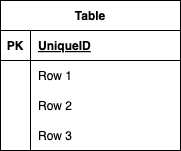
Earlier version of the draw.io export ER.drawio.png (ta647/contact-form-test). Source tidied: cells renumbered, new cells last; positions are measured from the earlier drawing's top-left corner, leaving out a move shared by most shapes.
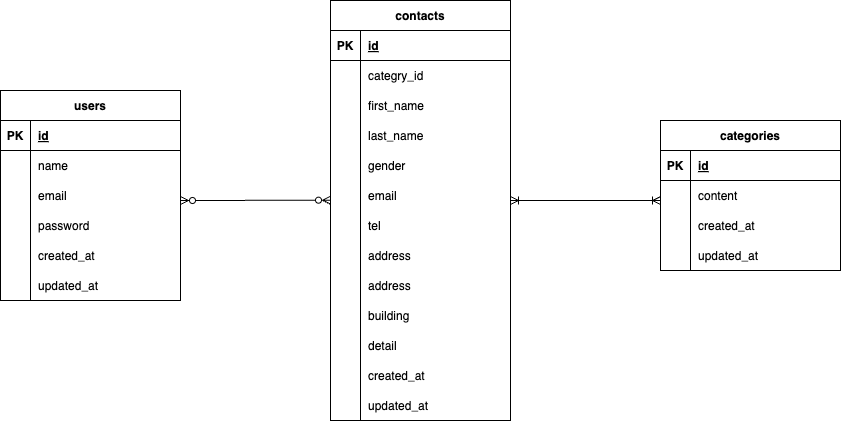
The same file after the commit.

The edit, as a diff of the source:
```diff
@@ -2,8 +2,8 @@
   <root>
     <mxCell id="0" />
     <mxCell id="1" parent="0" />
-    <mxCell id="2" value="Table" style="shape=table;startSize=30;rowLines=0;fontStyle=1;align=center;" parent="1" vertex="1">
-      <mxGeometry width="180" height="150" as="geometry" />
+    <mxCell id="2" value="contacts" style="shape=table;startSize=30;rowLines=0;fontStyle=1;align=center;" parent="1" vertex="1">
+      <mxGeometry width="180" height="420" as="geometry" />
     </mxCell>
     <mxCell id="3" style="shape=tableRow;horizontal=0;startSize=0;swimlaneHead=0;swimlaneBody=0;fillColor=none;top=0;left=0;right=0;bottom=1;" parent="2" vertex="1">
       <mxGeometry y="30" width="180" height="30" as="geometry" />
@@ -11,7 +11,7 @@
     <mxCell id="4" value="PK" style="shape=partialRectangle;fillColor=none;top=0;left=0;bottom=0;right=0;fontStyle=1;overflow=hidden;" parent="3" vertex="1">
       <mxGeometry width="30" height="30" as="geometry" />
     </mxCell>
-    <mxCell id="5" value="UniqueID" style="shape=partialRectangle;fillColor=none;top=0;left=0;bottom=0;right=0;align=left;spacingLeft=6;fontStyle=5;overflow=hidden;" parent="3" vertex="1">
+    <mxCell id="5" value="id" style="shape=partialRectangle;fillColor=none;top=0;left=0;bottom=0;right=0;align=left;spacingLeft=6;fontStyle=5;overflow=hidden;" parent="3" vertex="1">
       <mxGeometry x="30" width="150" height="30" as="geometry" />
     </mxCell>
     <mxCell id="6" style="shape=tableRow;horizontal=0;startSize=0;swimlaneHead=0;swimlaneBody=0;fillColor=none;top=0;left=0;right=0;bottom=0;" parent="2" vertex="1">
@@ -20,7 +20,7 @@
     <mxCell id="7" style="shape=partialRectangle;fillColor=none;top=0;left=0;bottom=0;right=0;overflow=hidden;" parent="6" vertex="1">
       <mxGeometry width="30" height="30" as="geometry" />
     </mxCell>
-    <mxCell id="8" value="Row 1" style="shape=partialRectangle;fillColor=none;top=0;left=0;bottom=0;right=0;align=left;spacingLeft=6;overflow=hidden;" parent="6" vertex="1">
+    <mxCell id="8" value="categry_id" style="shape=partialRectangle;fillColor=none;top=0;left=0;bottom=0;right=0;align=left;spacingLeft=6;overflow=hidden;" parent="6" vertex="1">
       <mxGeometry x="30" width="150" height="30" as="geometry" />
     </mxCell>
     <mxCell id="9" style="shape=tableRow;horizontal=0;startSize=0;swimlaneHead=0;swimlaneBody=0;fillColor=none;top=0;left=0;right=0;bottom=0;" parent="2" vertex="1">
@@ -29,7 +29,7 @@
     <mxCell id="10" style="shape=partialRectangle;fillColor=none;top=0;left=0;bottom=0;right=0;overflow=hidden;" parent="9" vertex="1">
       <mxGeometry width="30" height="30" as="geometry" />
     </mxCell>
-    <mxCell id="11" value="Row 2" style="shape=partialRectangle;fillColor=none;top=0;left=0;bottom=0;right=0;align=left;spacingLeft=6;overflow=hidden;" parent="9" vertex="1">
+    <mxCell id="11" value="first_name" style="shape=partialRectangle;fillColor=none;top=0;left=0;bottom=0;right=0;align=left;spacingLeft=6;overflow=hidden;" parent="9" vertex="1">
       <mxGeometry x="30" width="150" height="30" as="geometry" />
     </mxCell>
     <mxCell id="12" style="shape=tableRow;horizontal=0;startSize=0;swimlaneHead=0;swimlaneBody=0;fillColor=none;top=0;left=0;right=0;bottom=0;" parent="2" vertex="1">
@@ -38,8 +38,195 @@
     <mxCell id="13" style="shape=partialRectangle;fillColor=none;top=0;left=0;bottom=0;right=0;overflow=hidden;" parent="12" vertex="1">
       <mxGeometry width="30" height="30" as="geometry" />
     </mxCell>
-    <mxCell id="14" value="Row 3" style="shape=partialRectangle;fillColor=none;top=0;left=0;bottom=0;right=0;align=left;spacingLeft=6;overflow=hidden;" parent="12" vertex="1">
+    <mxCell id="14" value="last_name" style="shape=partialRectangle;fillColor=none;top=0;left=0;bottom=0;right=0;align=left;spacingLeft=6;overflow=hidden;" parent="12" vertex="1">
       <mxGeometry x="30" width="150" height="30" as="geometry" />
     </mxCell>
+    <mxCell id="15" style="shape=tableRow;horizontal=0;startSize=0;swimlaneHead=0;swimlaneBody=0;fillColor=none;top=0;left=0;right=0;bottom=0;" parent="2" vertex="1">
+      <mxGeometry y="150" width="180" height="30" as="geometry" />
+    </mxCell>
+    <mxCell id="16" style="shape=partialRectangle;fillColor=none;top=0;left=0;bottom=0;right=0;overflow=hidden;" parent="15" vertex="1">
+      <mxGeometry width="30" height="30" as="geometry" />
+    </mxCell>
+    <mxCell id="17" value="gender" style="shape=partialRectangle;fillColor=none;top=0;left=0;bottom=0;right=0;align=left;spacingLeft=6;overflow=hidden;" parent="15" vertex="1">
+      <mxGeometry x="30" width="150" height="30" as="geometry" />
+    </mxCell>
+    <mxCell id="18" style="shape=tableRow;horizontal=0;startSize=0;swimlaneHead=0;swimlaneBody=0;fillColor=none;points=[[0,0.5],[1,0.5]];portConstraint=eastwest;top=0;left=0;right=0;bottom=0;" parent="2" vertex="1">
+      <mxGeometry y="180" width="180" height="30" as="geometry" />
+    </mxCell>
+    <mxCell id="19" style="shape=partialRectangle;fillColor=none;top=0;left=0;bottom=0;right=0;overflow=hidden;" parent="18" vertex="1">
+      <mxGeometry width="30" height="30" as="geometry" />
+    </mxCell>
+    <mxCell id="20" value="email " style="shape=partialRectangle;fillColor=none;top=0;left=0;bottom=0;right=0;align=left;spacingLeft=6;overflow=hidden;" parent="18" vertex="1">
+      <mxGeometry x="30" width="150" height="30" as="geometry" />
+    </mxCell>
+    <mxCell id="21" style="shape=tableRow;horizontal=0;startSize=0;swimlaneHead=0;swimlaneBody=0;fillColor=none;top=0;left=0;right=0;bottom=0;" parent="2" vertex="1">
+      <mxGeometry y="210" width="180" height="30" as="geometry" />
+    </mxCell>
+    <mxCell id="22" style="shape=partialRectangle;fillColor=none;top=0;left=0;bottom=0;right=0;overflow=hidden;" parent="21" vertex="1">
+      <mxGeometry width="30" height="30" as="geometry" />
+    </mxCell>
+    <mxCell id="23" value="tel" style="shape=partialRectangle;fillColor=none;top=0;left=0;bottom=0;right=0;align=left;spacingLeft=6;overflow=hidden;" parent="21" vertex="1">
+      <mxGeometry x="30" width="150" height="30" as="geometry" />
+    </mxCell>
+    <mxCell id="24" style="shape=tableRow;horizontal=0;startSize=0;swimlaneHead=0;swimlaneBody=0;fillColor=none;top=0;left=0;right=0;bottom=0;" parent="2" vertex="1">
+      <mxGeometry y="240" width="180" height="30" as="geometry" />
+    </mxCell>
+    <mxCell id="25" style="shape=partialRectangle;fillColor=none;top=0;left=0;bottom=0;right=0;overflow=hidden;" parent="24" vertex="1">
+      <mxGeometry width="30" height="30" as="geometry" />
+    </mxCell>
+    <mxCell id="26" value="address" style="shape=partialRectangle;fillColor=none;top=0;left=0;bottom=0;right=0;align=left;spacingLeft=6;overflow=hidden;" parent="24" vertex="1">
+      <mxGeometry x="30" width="150" height="30" as="geometry" />
+    </mxCell>
+    <mxCell id="27" style="shape=tableRow;horizontal=0;startSize=0;swimlaneHead=0;swimlaneBody=0;fillColor=none;top=0;left=0;right=0;bottom=0;" parent="2" vertex="1">
+      <mxGeometry y="270" width="180" height="30" as="geometry" />
+    </mxCell>
+    <mxCell id="28" style="shape=partialRectangle;fillColor=none;top=0;left=0;bottom=0;right=0;overflow=hidden;" parent="27" vertex="1">
+      <mxGeometry width="30" height="30" as="geometry" />
+    </mxCell>
+    <mxCell id="29" value="address" style="shape=partialRectangle;fillColor=none;top=0;left=0;bottom=0;right=0;align=left;spacingLeft=6;overflow=hidden;" parent="27" vertex="1">
+      <mxGeometry x="30" width="150" height="30" as="geometry" />
+    </mxCell>
+    <mxCell id="30" style="shape=tableRow;horizontal=0;startSize=0;swimlaneHead=0;swimlaneBody=0;fillColor=none;top=0;left=0;right=0;bottom=0;" parent="2" vertex="1">
+      <mxGeometry y="300" width="180" height="30" as="geometry" />
+    </mxCell>
+    <mxCell id="31" style="shape=partialRectangle;fillColor=none;top=0;left=0;bottom=0;right=0;overflow=hidden;" parent="30" vertex="1">
+      <mxGeometry width="30" height="30" as="geometry" />
+    </mxCell>
+    <mxCell id="32" value="building" style="shape=partialRectangle;fillColor=none;top=0;left=0;bottom=0;right=0;align=left;spacingLeft=6;overflow=hidden;" parent="30" vertex="1">
+      <mxGeometry x="30" width="150" height="30" as="geometry" />
+    </mxCell>
+    <mxCell id="33" style="shape=tableRow;horizontal=0;startSize=0;swimlaneHead=0;swimlaneBody=0;fillColor=none;top=0;left=0;right=0;bottom=0;" parent="2" vertex="1">
+      <mxGeometry y="330" width="180" height="30" as="geometry" />
+    </mxCell>
+    <mxCell id="34" style="shape=partialRectangle;fillColor=none;top=0;left=0;bottom=0;right=0;overflow=hidden;" parent="33" vertex="1">
+      <mxGeometry width="30" height="30" as="geometry" />
+    </mxCell>
+    <mxCell id="35" value="detail" style="shape=partialRectangle;fillColor=none;top=0;left=0;bottom=0;right=0;align=left;spacingLeft=6;overflow=hidden;" parent="33" vertex="1">
+      <mxGeometry x="30" width="150" height="30" as="geometry" />
+    </mxCell>
+    <mxCell id="36" style="shape=tableRow;horizontal=0;startSize=0;swimlaneHead=0;swimlaneBody=0;fillColor=none;top=0;left=0;right=0;bottom=0;" parent="2" vertex="1">
+      <mxGeometry y="360" width="180" height="30" as="geometry" />
+    </mxCell>
+    <mxCell id="37" style="shape=partialRectangle;fillColor=none;top=0;left=0;bottom=0;right=0;overflow=hidden;" parent="36" vertex="1">
+      <mxGeometry width="30" height="30" as="geometry" />
+    </mxCell>
+    <mxCell id="38" value="created_at" style="shape=partialRectangle;fillColor=none;top=0;left=0;bottom=0;right=0;align=left;spacingLeft=6;overflow=hidden;" parent="36" vertex="1">
+      <mxGeometry x="30" width="150" height="30" as="geometry" />
+    </mxCell>
+    <mxCell id="39" style="shape=tableRow;horizontal=0;startSize=0;swimlaneHead=0;swimlaneBody=0;fillColor=none;top=0;left=0;right=0;bottom=0;" parent="2" vertex="1">
+      <mxGeometry y="390" width="180" height="30" as="geometry" />
+    </mxCell>
+    <mxCell id="40" style="shape=partialRectangle;fillColor=none;top=0;left=0;bottom=0;right=0;overflow=hidden;" parent="39" vertex="1">
+      <mxGeometry width="30" height="30" as="geometry" />
+    </mxCell>
+    <mxCell id="41" value="updated_at" style="shape=partialRectangle;fillColor=none;top=0;left=0;bottom=0;right=0;align=left;spacingLeft=6;overflow=hidden;" parent="39" vertex="1">
+      <mxGeometry x="30" width="150" height="30" as="geometry" />
+    </mxCell>
+    <mxCell id="42" value="categories" style="shape=table;startSize=30;rowLines=0;fontStyle=1;align=center;" parent="1" vertex="1">
+      <mxGeometry x="330" y="120" width="180" height="150" as="geometry" />
+    </mxCell>
+    <mxCell id="43" style="shape=tableRow;horizontal=0;startSize=0;swimlaneHead=0;swimlaneBody=0;fillColor=none;top=0;left=0;right=0;bottom=1;" parent="42" vertex="1">
+      <mxGeometry y="30" width="180" height="30" as="geometry" />
+    </mxCell>
+    <mxCell id="44" value="PK" style="shape=partialRectangle;fillColor=none;top=0;left=0;bottom=0;right=0;fontStyle=1;overflow=hidden;" parent="43" vertex="1">
+      <mxGeometry width="30" height="30" as="geometry" />
+    </mxCell>
+    <mxCell id="45" value="id" style="shape=partialRectangle;fillColor=none;top=0;left=0;bottom=0;right=0;align=left;spacingLeft=6;fontStyle=5;overflow=hidden;" parent="43" vertex="1">
+      <mxGeometry x="30" width="150" height="30" as="geometry" />
+    </mxCell>
+    <mxCell id="46" style="shape=tableRow;horizontal=0;startSize=0;swimlaneHead=0;swimlaneBody=0;fillColor=none;points=[[0,0.5],[1,0.5]];portConstraint=eastwest;top=0;left=0;right=0;bottom=0;" parent="42" vertex="1">
+      <mxGeometry y="60" width="180" height="30" as="geometry" />
+    </mxCell>
+    <mxCell id="47" style="shape=partialRectangle;fillColor=none;top=0;left=0;bottom=0;right=0;overflow=hidden;" parent="46" vertex="1">
+      <mxGeometry width="30" height="30" as="geometry" />
+    </mxCell>
+    <mxCell id="48" value="content" style="shape=partialRectangle;fillColor=none;top=0;left=0;bottom=0;right=0;align=left;spacingLeft=6;overflow=hidden;" parent="46" vertex="1">
+      <mxGeometry x="30" width="150" height="30" as="geometry" />
+    </mxCell>
+    <mxCell id="49" style="shape=tableRow;horizontal=0;startSize=0;swimlaneHead=0;swimlaneBody=0;fillColor=none;top=0;left=0;right=0;bottom=0;" parent="42" vertex="1">
+      <mxGeometry y="90" width="180" height="30" as="geometry" />
+    </mxCell>
+    <mxCell id="50" style="shape=partialRectangle;fillColor=none;top=0;left=0;bottom=0;right=0;overflow=hidden;" parent="49" vertex="1">
+      <mxGeometry width="30" height="30" as="geometry" />
+    </mxCell>
+    <mxCell id="51" value="created_at" style="shape=partialRectangle;fillColor=none;top=0;left=0;bottom=0;right=0;align=left;spacingLeft=6;overflow=hidden;" parent="49" vertex="1">
+      <mxGeometry x="30" width="150" height="30" as="geometry" />
+    </mxCell>
+    <mxCell id="52" style="shape=tableRow;horizontal=0;startSize=0;swimlaneHead=0;swimlaneBody=0;fillColor=none;top=0;left=0;right=0;bottom=0;" parent="42" vertex="1">
+      <mxGeometry y="120" width="180" height="30" as="geometry" />
+    </mxCell>
+    <mxCell id="53" style="shape=partialRectangle;fillColor=none;top=0;left=0;bottom=0;right=0;overflow=hidden;" parent="52" vertex="1">
+      <mxGeometry width="30" height="30" as="geometry" />
+    </mxCell>
+    <mxCell id="54" value="updated_at" style="shape=partialRectangle;fillColor=none;top=0;left=0;bottom=0;right=0;align=left;spacingLeft=6;overflow=hidden;" parent="52" vertex="1">
+      <mxGeometry x="30" width="150" height="30" as="geometry" />
+    </mxCell>
+    <mxCell id="55" value="users" style="shape=table;startSize=30;rowLines=0;fontStyle=1;align=center;" parent="1" vertex="1">
+      <mxGeometry x="-330" y="90" width="180" height="210" as="geometry" />
+    </mxCell>
+    <mxCell id="56" style="shape=tableRow;horizontal=0;startSize=0;swimlaneHead=0;swimlaneBody=0;fillColor=none;top=0;left=0;right=0;bottom=1;" parent="55" vertex="1">
+      <mxGeometry y="30" width="180" height="30" as="geometry" />
+    </mxCell>
+    <mxCell id="57" value="PK" style="shape=partialRectangle;fillColor=none;top=0;left=0;bottom=0;right=0;fontStyle=1;overflow=hidden;" parent="56" vertex="1">
+      <mxGeometry width="30" height="30" as="geometry" />
+    </mxCell>
+    <mxCell id="58" value="id" style="shape=partialRectangle;fillColor=none;top=0;left=0;bottom=0;right=0;align=left;spacingLeft=6;fontStyle=5;overflow=hidden;" parent="56" vertex="1">
+      <mxGeometry x="30" width="150" height="30" as="geometry" />
+    </mxCell>
+    <mxCell id="59" style="shape=tableRow;horizontal=0;startSize=0;swimlaneHead=0;swimlaneBody=0;fillColor=none;top=0;left=0;right=0;bottom=0;" parent="55" vertex="1">
+      <mxGeometry y="60" width="180" height="30" as="geometry" />
+    </mxCell>
+    <mxCell id="60" style="shape=partialRectangle;fillColor=none;top=0;left=0;bottom=0;right=0;overflow=hidden;" parent="59" vertex="1">
+      <mxGeometry width="30" height="30" as="geometry" />
+    </mxCell>
+    <mxCell id="61" value="name" style="shape=partialRectangle;fillColor=none;top=0;left=0;bottom=0;right=0;align=left;spacingLeft=6;overflow=hidden;" parent="59" vertex="1">
+      <mxGeometry x="30" width="150" height="30" as="geometry" />
+    </mxCell>
+    <mxCell id="62" style="shape=tableRow;horizontal=0;startSize=0;swimlaneHead=0;swimlaneBody=0;fillColor=none;top=0;left=0;right=0;bottom=0;" parent="55" vertex="1">
+      <mxGeometry y="90" width="180" height="30" as="geometry" />
+    </mxCell>
+    <mxCell id="63" style="shape=partialRectangle;fillColor=none;top=0;left=0;bottom=0;right=0;overflow=hidden;" parent="62" vertex="1">
+      <mxGeometry width="30" height="30" as="geometry" />
+    </mxCell>
+    <mxCell id="64" value="email" style="shape=partialRectangle;fillColor=none;top=0;left=0;bottom=0;right=0;align=left;spacingLeft=6;overflow=hidden;" parent="62" vertex="1">
+      <mxGeometry x="30" width="150" height="30" as="geometry" />
+    </mxCell>
+    <mxCell id="65" style="shape=tableRow;horizontal=0;startSize=0;swimlaneHead=0;swimlaneBody=0;fillColor=none;top=0;left=0;right=0;bottom=0;" parent="55" vertex="1">
+      <mxGeometry y="120" width="180" height="30" as="geometry" />
+    </mxCell>
+    <mxCell id="66" style="shape=partialRectangle;fillColor=none;top=0;left=0;bottom=0;right=0;overflow=hidden;" parent="65" vertex="1">
+      <mxGeometry width="30" height="30" as="geometry" />
+    </mxCell>
+    <mxCell id="67" value="password" style="shape=partialRectangle;fillColor=none;top=0;left=0;bottom=0;right=0;align=left;spacingLeft=6;overflow=hidden;" parent="65" vertex="1">
+      <mxGeometry x="30" width="150" height="30" as="geometry" />
+    </mxCell>
+    <mxCell id="68" style="shape=tableRow;horizontal=0;startSize=0;swimlaneHead=0;swimlaneBody=0;fillColor=none;top=0;left=0;right=0;bottom=0;" parent="55" vertex="1">
+      <mxGeometry y="150" width="180" height="30" as="geometry" />
+    </mxCell>
+    <mxCell id="69" style="shape=partialRectangle;fillColor=none;top=0;left=0;bottom=0;right=0;overflow=hidden;" parent="68" vertex="1">
+      <mxGeometry width="30" height="30" as="geometry" />
+    </mxCell>
+    <mxCell id="70" value="created_at" style="shape=partialRectangle;fillColor=none;top=0;left=0;bottom=0;right=0;align=left;spacingLeft=6;overflow=hidden;" parent="68" vertex="1">
+      <mxGeometry x="30" width="150" height="30" as="geometry" />
+    </mxCell>
+    <mxCell id="71" style="shape=tableRow;horizontal=0;startSize=0;swimlaneHead=0;swimlaneBody=0;fillColor=none;top=0;left=0;right=0;bottom=0;" parent="55" vertex="1">
+      <mxGeometry y="180" width="180" height="30" as="geometry" />
+    </mxCell>
+    <mxCell id="72" style="shape=partialRectangle;fillColor=none;top=0;left=0;bottom=0;right=0;overflow=hidden;" parent="71" vertex="1">
+      <mxGeometry width="30" height="30" as="geometry" />
+    </mxCell>
+    <mxCell id="73" value="updated_at" style="shape=partialRectangle;fillColor=none;top=0;left=0;bottom=0;right=0;align=left;spacingLeft=6;overflow=hidden;" parent="71" vertex="1">
+      <mxGeometry x="30" width="150" height="30" as="geometry" />
+    </mxCell>
+    <mxCell id="74" style="edgeStyle=entityRelationEdgeStyle;fontSize=12;html=1;endArrow=ERzeroToMany;endFill=1;startArrow=ERzeroToMany;entryX=0;entryY=0.656;entryDx=0;entryDy=0;entryPerimeter=0;" parent="1" edge="1" target="18">
+      <mxGeometry relative="1" as="geometry">
+        <mxPoint x="-150" y="200" as="sourcePoint" />
+      </mxGeometry>
+    </mxCell>
+    <mxCell id="75" style="edgeStyle=entityRelationEdgeStyle;fontSize=12;html=1;endArrow=ERoneToMany;startArrow=ERoneToMany;entryX=0;entryY=0.667;entryDx=0;entryDy=0;entryPerimeter=0;" parent="1" edge="1" target="46">
+      <mxGeometry relative="1" as="geometry">
+        <mxPoint x="180" y="200" as="sourcePoint" />
+      </mxGeometry>
+    </mxCell>
   </root>
 </mxGraphModel>
```
